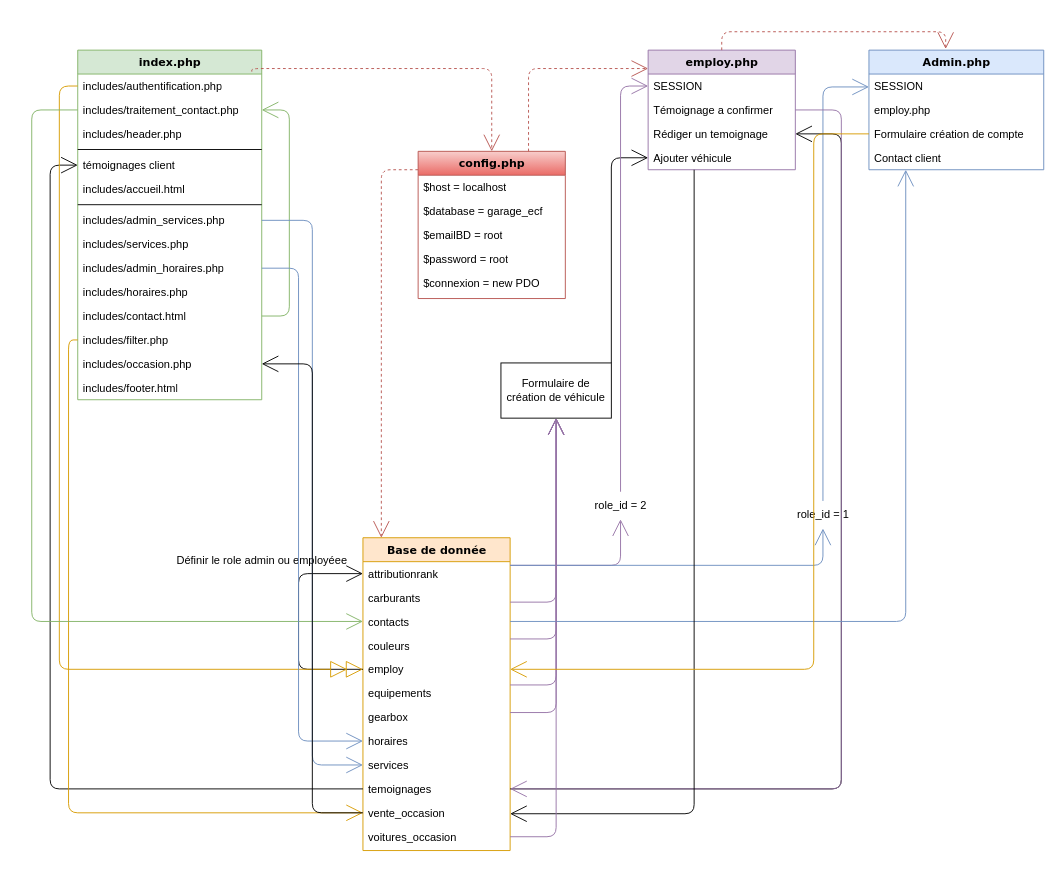
The draw.io diagram images/Diagramme sans nom.drawio in Erwan-LM/ECF-Studi, before the edit. Source tidied: cells renumbered, new cells numbered last; positions are measured from the earlier drawing's top-left corner, leaving out a move shared by most shapes. Both pictures are drawn from the tidied source at 92%, with x=0, y=0 at pixel (31, 31).
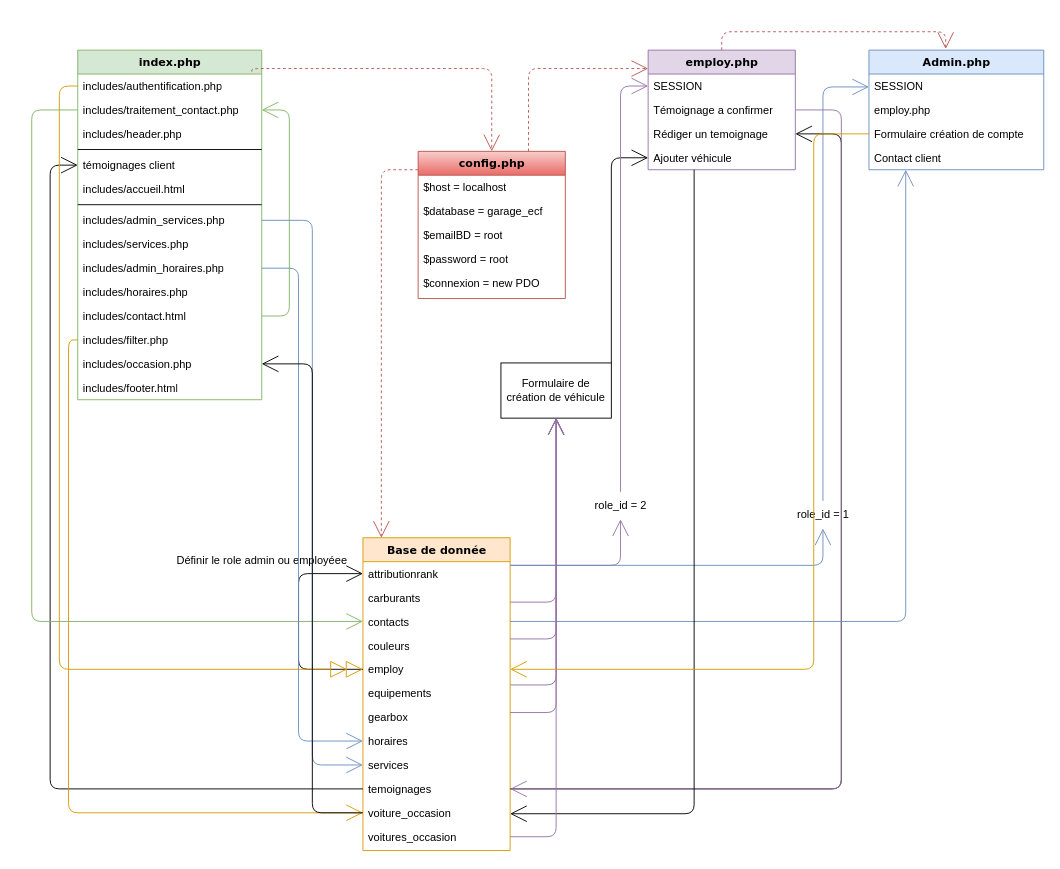
The same diagram, later.

Unchanged cells that the change refers to:
```xml
<mxCell id="30" value="Base de donnée" style="swimlane;html=1;fontStyle=1;align=center;verticalAlign=top;horizontal=1;startSize=26;swimlaneFillColor=#ffffff;rounded=0;shadow=0;comic=0;labelBackgroundColor=none;strokeWidth=1;fillColor=#ffe6cc;fontFamily=Verdana;fontSize=12;strokeColor=#d79b00;" parent="1" vertex="1">
  <mxGeometry x="360" y="550" width="160" height="340" as="geometry" />
</mxCell>
```

Diff of the diagram source:
```diff
@@
-    <mxCell id="41" value="vente_occasion" style="text;html=1;strokeColor=none;fillColor=none;align=left;verticalAlign=top;spacingLeft=4;spacingRight=4;whiteSpace=wrap;overflow=hidden;points=[[0,0.5],[1,0.5]];portConstraint=eastwest;" parent="30" vertex="1">
+    <mxCell id="41" value="voiture_occasion" style="text;html=1;strokeColor=none;fillColor=none;align=left;verticalAlign=top;spacingLeft=4;spacingRight=4;whiteSpace=wrap;overflow=hidden;points=[[0,0.5],[1,0.5]];portConstraint=eastwest;" parent="30" vertex="1">
       <mxGeometry y="286" width="160" height="26" as="geometry" />
     </mxCell>
```
